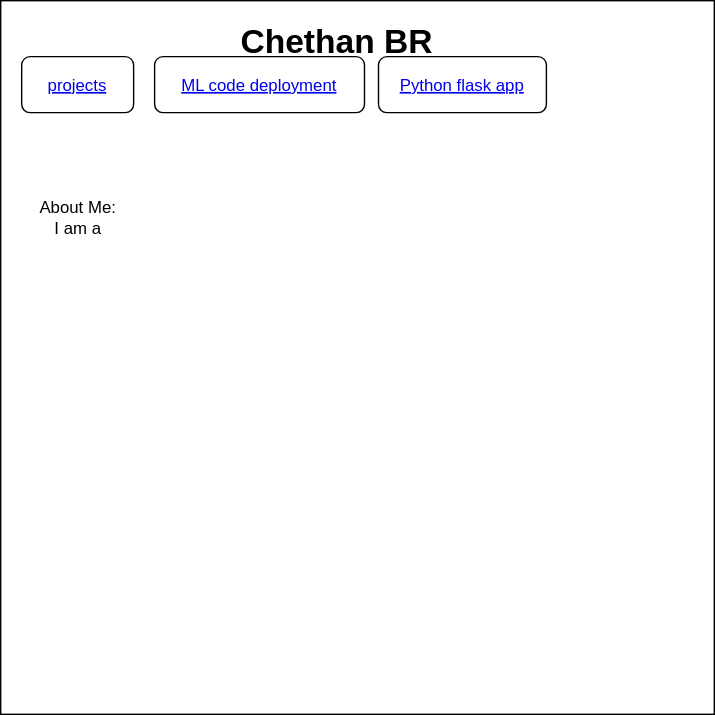
Earlier version of the draw.io export mywork/plan.drawio.svg (chethanbr86/Python-Flask). Source tidied: cells renumbered, new cells last; positions are measured from the earlier drawing's top-left corner, leaving out a move shared by most shapes.
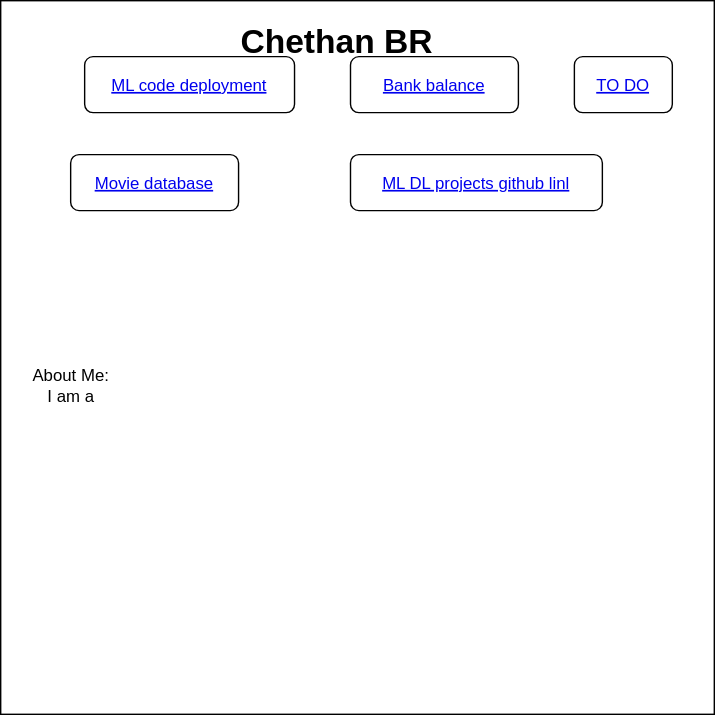
Above is the later version.

What changed in the source:
```diff
@@ -9,16 +9,22 @@
       <mxGeometry x="190" y="10" width="100" height="40" as="geometry" />
     </mxCell>
     <mxCell id="4" value="About Me:&lt;br&gt;I am a&amp;nbsp;" style="text;html=1;align=center;verticalAlign=middle;fillColor=none;strokeColor=none;rounded=0;" parent="1" vertex="1">
-      <mxGeometry x="20" y="140" width="70" height="30" as="geometry" />
+      <mxGeometry x="15" y="260" width="70" height="30" as="geometry" />
     </mxCell>
-    <mxCell id="5" value="projects" style="fontColor=#0000EE;fontStyle=4;rounded=1;overflow=hidden;spacing=10;" parent="1" vertex="1">
-      <mxGeometry x="15" y="40" width="80" height="40" as="geometry" />
+    <mxCell id="5" value="ML DL projects github linl" style="fontColor=#0000EE;fontStyle=4;rounded=1;overflow=hidden;spacing=10;" parent="1" vertex="1">
+      <mxGeometry x="250" y="110" width="180" height="40" as="geometry" />
     </mxCell>
     <mxCell id="6" value="ML code deployment" style="fontColor=#0000EE;fontStyle=4;rounded=1;overflow=hidden;spacing=10;" parent="1" vertex="1">
-      <mxGeometry x="110" y="40" width="150" height="40" as="geometry" />
+      <mxGeometry x="60" y="40" width="150" height="40" as="geometry" />
     </mxCell>
-    <mxCell id="7" value="Python flask app" style="fontColor=#0000EE;fontStyle=4;rounded=1;overflow=hidden;spacing=10;" parent="1" vertex="1">
-      <mxGeometry x="270" y="40" width="120" height="40" as="geometry" />
+    <mxCell id="7" value="Bank balance" style="fontColor=#0000EE;fontStyle=4;rounded=1;overflow=hidden;spacing=10;" parent="1" vertex="1">
+      <mxGeometry x="250" y="40" width="120" height="40" as="geometry" />
     </mxCell>
+    <mxCell id="8" value="TO DO" style="fontColor=#0000EE;fontStyle=4;rounded=1;overflow=hidden;spacing=10;" parent="1" vertex="1">
+      <mxGeometry x="410" y="40" width="70" height="40" as="geometry" />
+    </mxCell>
+    <mxCell id="9" value="Movie database" style="fontColor=#0000EE;fontStyle=4;rounded=1;overflow=hidden;spacing=10;" parent="1" vertex="1">
+      <mxGeometry x="50" y="110" width="120" height="40" as="geometry" />
+    </mxCell>
   </root>
 </mxGraphModel>
```
